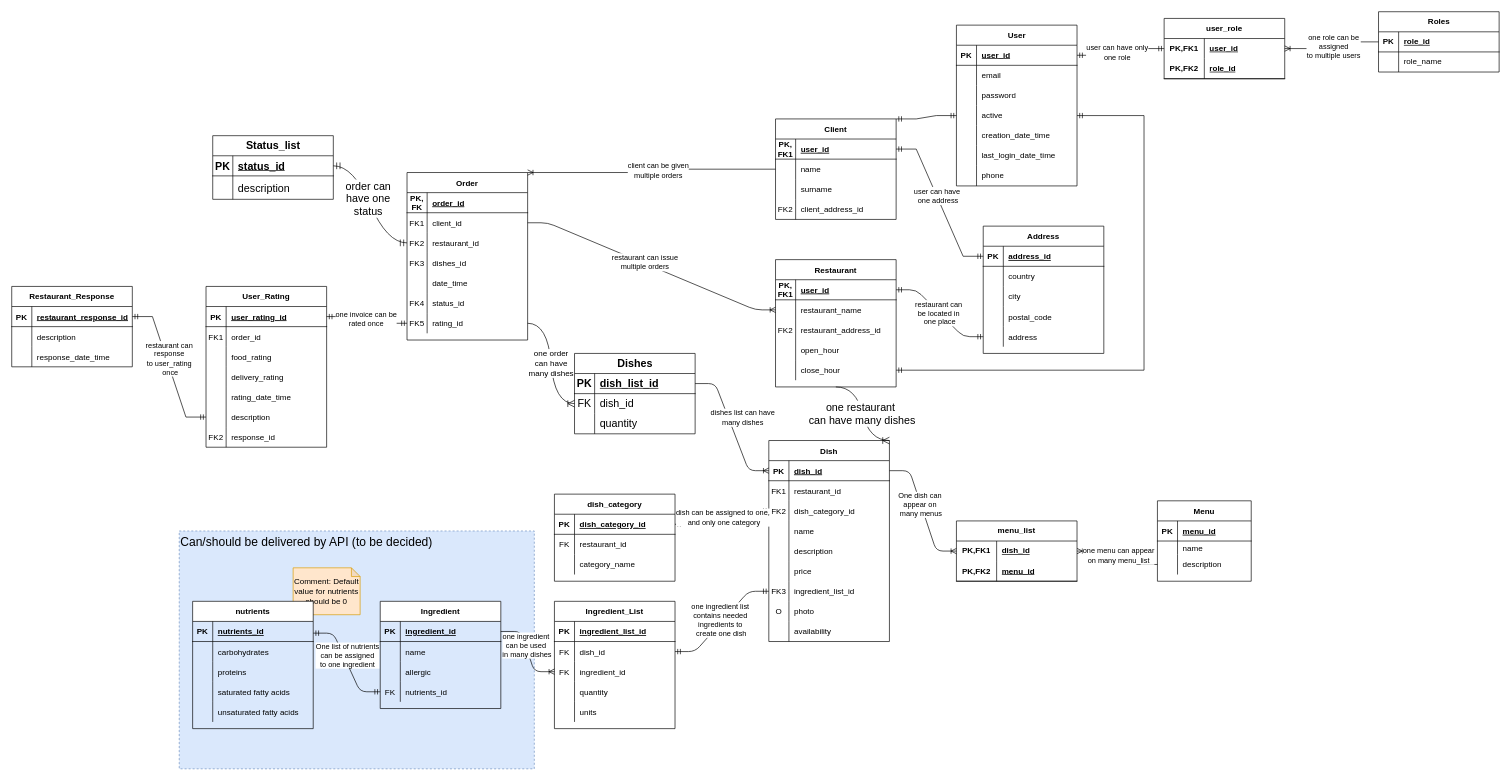
Aevise/SupperSpeed keeps this draw.io diagram as src/main/resources/SupperSpeed_ERD.drawio. Above is the earlier version. Source tidied: cells renumbered, new cells numbered last; positions are measured from the earlier drawing's top-left corner, leaving out a move shared by most shapes. Both pictures are drawn from the tidied source at 67%, with x=0, y=0 at pixel (11, 11).
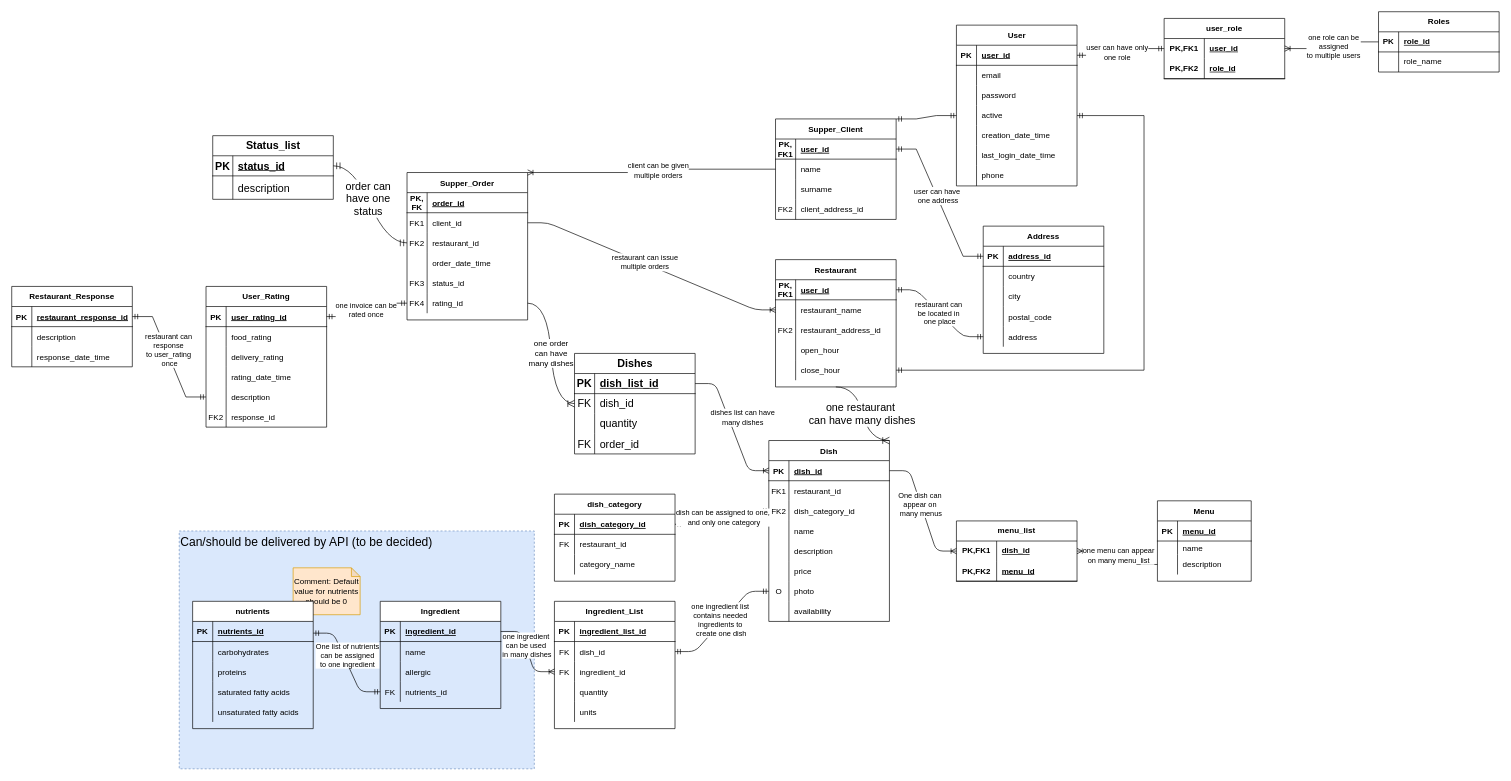
Above is the later version.

Commit message (it also covers changes not shown here):
Corrected ERD: - deleted circular reference between dish and ingredient_list + order and user_rating - added composite table for dishes - minor corrections

Unchanged cells that the change refers to:
```xml
<mxCell id="21" style="shape=partialRectangle;fillColor=none;top=0;left=0;bottom=0;right=0;points=[[0,0.5],[1,0.5]];portConstraint=eastwest;" parent="17" vertex="1">
  <mxGeometry y="60" width="180" height="30" as="geometry" />
</mxCell>
```

The edit, as a diff of the source:
```diff
@@
-    <mxCell id="4" value="Client" style="shape=table;startSize=30;childLayout=tableLayout;rowLines=0;fontStyle=1;align=center;" parent="1" vertex="1">
+    <mxCell id="4" value="Supper_Client" style="shape=table;startSize=30;childLayout=tableLayout;rowLines=0;fontStyle=1;align=center;" parent="1" vertex="1">
       <mxGeometry x="1140" y="160" width="180" height="150" as="geometry" />
     </mxCell>
@@
     <mxCell id="46" value="Dish" style="shape=table;startSize=30;childLayout=tableLayout;rowLines=0;fontStyle=1;align=center;" parent="1" vertex="1">
-      <mxGeometry x="1130" y="640" width="180" height="300" as="geometry" />
+      <mxGeometry x="1130" y="640" width="180" height="270" as="geometry" />
     </mxCell>
@@
-    <mxCell id="65" style="shape=partialRectangle;fillColor=none;top=0;left=0;bottom=0;right=0;points=[[0,0.5],[1,0.5]];portConstraint=eastwest;" parent="46" vertex="1">
-      <mxGeometry y="210" width="180" height="30" as="geometry" />
-    </mxCell>
-    <mxCell id="66" value="FK3" style="shape=partialRectangle;fillColor=none;top=0;left=0;bottom=0;right=0;overflow=hidden;" parent="65" vertex="1">
-      <mxGeometry width="30" height="30" as="geometry" />
-    </mxCell>
-    <mxCell id="67" value="ingredient_list_id" style="shape=partialRectangle;fillColor=none;top=0;left=0;bottom=0;right=0;align=left;spacingLeft=6;overflow=hidden;" parent="65" vertex="1">
-      <mxGeometry x="30" width="150" height="30" as="geometry" />
-    </mxCell>
     <mxCell id="68" style="shape=partialRectangle;fillColor=none;top=0;left=0;bottom=0;right=0;" parent="46" vertex="1">
-      <mxGeometry y="240" width="180" height="30" as="geometry" />
+      <mxGeometry y="210" width="180" height="30" as="geometry" />
     </mxCell>
@@
     <mxCell id="71" style="shape=partialRectangle;fillColor=none;top=0;left=0;bottom=0;right=0;" parent="46" vertex="1">
-      <mxGeometry y="270" width="180" height="30" as="geometry" />
+      <mxGeometry y="240" width="180" height="30" as="geometry" />
     </mxCell>
@@
-    <mxCell id="76" value="Order" style="shape=table;startSize=30;childLayout=tableLayout;rowLines=0;fontStyle=1;align=center;" parent="1" vertex="1">
-      <mxGeometry x="590" y="240" width="180" height="250" as="geometry" />
+    <mxCell id="76" value="Supper_Order" style="shape=table;startSize=30;childLayout=tableLayout;rowLines=0;fontStyle=1;align=center;" parent="1" vertex="1">
+      <mxGeometry x="590" y="240" width="180" height="220" as="geometry" />
     </mxCell>
@@
-    <mxCell id="86" style="shape=partialRectangle;fillColor=none;top=0;left=0;bottom=0;right=0;" parent="76" vertex="1">
-      <mxGeometry y="120" width="180" height="30" as="geometry" />
-    </mxCell>
-    <mxCell id="87" value="FK3" style="shape=partialRectangle;fillColor=none;top=0;left=0;bottom=0;right=0;overflow=hidden;" parent="86" vertex="1">
-      <mxGeometry width="30" height="30" as="geometry" />
-    </mxCell>
-    <mxCell id="88" value="dishes_id" style="shape=partialRectangle;fillColor=none;top=0;left=0;bottom=0;right=0;align=left;spacingLeft=6;overflow=hidden;" parent="86" vertex="1">
-      <mxGeometry x="30" width="150" height="30" as="geometry" />
-    </mxCell>
     <mxCell id="89" style="shape=partialRectangle;fillColor=none;top=0;left=0;bottom=0;right=0;" parent="76" vertex="1">
-      <mxGeometry y="150" width="180" height="30" as="geometry" />
+      <mxGeometry y="120" width="180" height="30" as="geometry" />
     </mxCell>
@@
-    <mxCell id="91" value="date_time" style="shape=partialRectangle;fillColor=none;top=0;left=0;bottom=0;right=0;align=left;spacingLeft=6;overflow=hidden;" parent="89" vertex="1">
+    <mxCell id="91" value="order_date_time" style="shape=partialRectangle;fillColor=none;top=0;left=0;bottom=0;right=0;align=left;spacingLeft=6;overflow=hidden;" parent="89" vertex="1">
       <mxGeometry x="30" width="150" height="30" as="geometry" />
     </mxCell>
     <mxCell id="92" style="shape=partialRectangle;fillColor=none;top=0;left=0;bottom=0;right=0;" parent="76" vertex="1">
-      <mxGeometry y="180" width="180" height="30" as="geometry" />
+      <mxGeometry y="150" width="180" height="30" as="geometry" />
     </mxCell>
-    <mxCell id="93" value="FK4" style="shape=partialRectangle;fillColor=none;top=0;left=0;bottom=0;right=0;overflow=hidden;" parent="92" vertex="1">
+    <mxCell id="93" value="FK3" style="shape=partialRectangle;fillColor=none;top=0;left=0;bottom=0;right=0;overflow=hidden;" parent="92" vertex="1">
       <mxGeometry width="30" height="30" as="geometry" />
     </mxCell>
@@
     <mxCell id="95" style="shape=partialRectangle;fillColor=none;top=0;left=0;bottom=0;right=0;points=[[0,0.5],[1,0.5]];portConstraint=eastwest;" parent="76" vertex="1">
-      <mxGeometry y="210" width="180" height="30" as="geometry" />
+      <mxGeometry y="180" width="180" height="30" as="geometry" />
     </mxCell>
-    <mxCell id="96" value="FK5" style="shape=partialRectangle;fillColor=none;top=0;left=0;bottom=0;right=0;overflow=hidden;" parent="95" vertex="1">
+    <mxCell id="96" value="FK4" style="shape=partialRectangle;fillColor=none;top=0;left=0;bottom=0;right=0;overflow=hidden;" parent="95" vertex="1">
       <mxGeometry width="30" height="30" as="geometry" />
     </mxCell>
@@
-    <mxCell id="128" style="edgeStyle=entityRelationEdgeStyle;fontSize=12;html=1;endArrow=ERmandOne;startArrow=ERmandOne;exitX=1;exitY=0.5;exitDx=0;exitDy=0;entryX=0;entryY=0.5;entryDx=0;entryDy=0;" parent="1" edge="1" source="21" target="65">
-      <mxGeometry relative="1" as="geometry" />
+    <mxCell id="128" style="edgeStyle=entityRelationEdgeStyle;fontSize=12;html=1;endArrow=ERmandOne;startArrow=ERmandOne;exitX=1;exitY=0.5;exitDx=0;exitDy=0;entryX=0;entryY=0.5;entryDx=0;entryDy=0;" parent="1" edge="1" source="21">
+      <mxGeometry relative="1" as="geometry">
+        <mxPoint x="1130" y="865" as="targetPoint" />
+      </mxGeometry>
     </mxCell>
@@
     <mxCell id="138" value="User_Rating" style="shape=table;startSize=30;childLayout=tableLayout;rowLines=0;fontStyle=1;align=center;" parent="1" vertex="1">
-      <mxGeometry x="290" y="410" width="180" height="240" as="geometry" />
+      <mxGeometry x="290" y="410" width="180" height="210" as="geometry" />
     </mxCell>
@@
-    <mxCell id="142" style="shape=partialRectangle;fillColor=none;top=0;left=0;bottom=0;right=0;" parent="138" vertex="1">
-      <mxGeometry y="60" width="180" height="30" as="geometry" />
-    </mxCell>
-    <mxCell id="143" value="FK1" style="shape=partialRectangle;fillColor=none;top=0;left=0;bottom=0;right=0;overflow=hidden;" parent="142" vertex="1">
-      <mxGeometry width="30" height="30" as="geometry" />
-    </mxCell>
-    <mxCell id="144" value="order_id" style="shape=partialRectangle;fillColor=none;top=0;left=0;bottom=0;right=0;align=left;spacingLeft=6;overflow=hidden;" parent="142" vertex="1">
-      <mxGeometry x="30" width="150" height="30" as="geometry" />
-    </mxCell>
     <mxCell id="145" style="shape=partialRectangle;fillColor=none;top=0;left=0;bottom=0;right=0;" parent="138" vertex="1">
-      <mxGeometry y="90" width="180" height="30" as="geometry" />
+      <mxGeometry y="60" width="180" height="30" as="geometry" />
     </mxCell>
@@
     <mxCell id="148" style="shape=partialRectangle;fillColor=none;top=0;left=0;bottom=0;right=0;" parent="138" vertex="1">
-      <mxGeometry y="120" width="180" height="30" as="geometry" />
+      <mxGeometry y="90" width="180" height="30" as="geometry" />
     </mxCell>
@@
     <mxCell id="151" style="shape=partialRectangle;fillColor=none;top=0;left=0;bottom=0;right=0;" parent="138" vertex="1">
-      <mxGeometry y="150" width="180" height="30" as="geometry" />
+      <mxGeometry y="120" width="180" height="30" as="geometry" />
     </mxCell>
@@
     <mxCell id="154" style="shape=partialRectangle;fillColor=none;top=0;left=0;bottom=0;right=0;points=[[0,0.5],[1,0.5]];portConstraint=eastwest;" parent="138" vertex="1">
-      <mxGeometry y="180" width="180" height="30" as="geometry" />
+      <mxGeometry y="150" width="180" height="30" as="geometry" />
     </mxCell>
@@
     <mxCell id="157" style="shape=partialRectangle;fillColor=none;top=0;left=0;bottom=0;right=0;" parent="138" vertex="1">
-      <mxGeometry y="210" width="180" height="30" as="geometry" />
+      <mxGeometry y="180" width="180" height="30" as="geometry" />
     </mxCell>
@@
     <mxCell id="271" value="Dishes" style="shape=table;startSize=30;childLayout=tableLayout;rowLines=0;fontStyle=1;align=center;html=1;fontSize=16;" parent="1" vertex="1">
-      <mxGeometry x="840" y="510" width="180" height="120" as="geometry" />
+      <mxGeometry x="840" y="510" width="180" height="150" as="geometry" />
     </mxCell>
@@
+    <mxCell id="293" style="shape=tableRow;horizontal=0;startSize=0;swimlaneHead=0;swimlaneBody=0;fillColor=none;top=0;left=0;right=0;bottom=0;fontSize=16;" parent="271" vertex="1">
+      <mxGeometry y="120" width="180" height="30" as="geometry" />
+    </mxCell>
+    <mxCell id="294" value="FK" style="shape=partialRectangle;fillColor=none;top=0;left=0;bottom=0;right=0;overflow=hidden;whiteSpace=wrap;html=1;fontSize=16;" parent="293" vertex="1">
+      <mxGeometry width="30" height="30" as="geometry" />
+    </mxCell>
+    <mxCell id="144" value="order_id" style="shape=partialRectangle;fillColor=none;top=0;left=0;bottom=0;right=0;align=left;spacingLeft=6;overflow=hidden;whiteSpace=wrap;html=1;fontSize=16;" parent="293" vertex="1">
+      <mxGeometry x="30" width="150" height="30" as="geometry" />
+    </mxCell>
```
